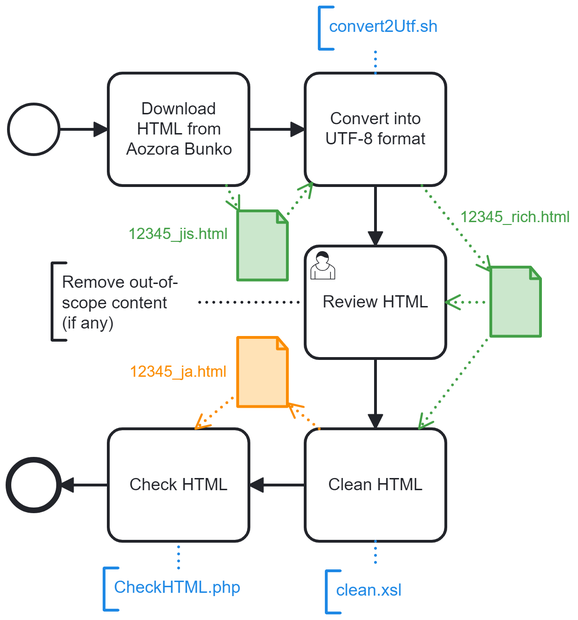
japotrad/blue-sora keeps this BPMN diagram as 1-CleanUp.png. Above is the earlier version. Its source is kept beside it as 1-CleanUp.bpmn. Ids are renumbered.
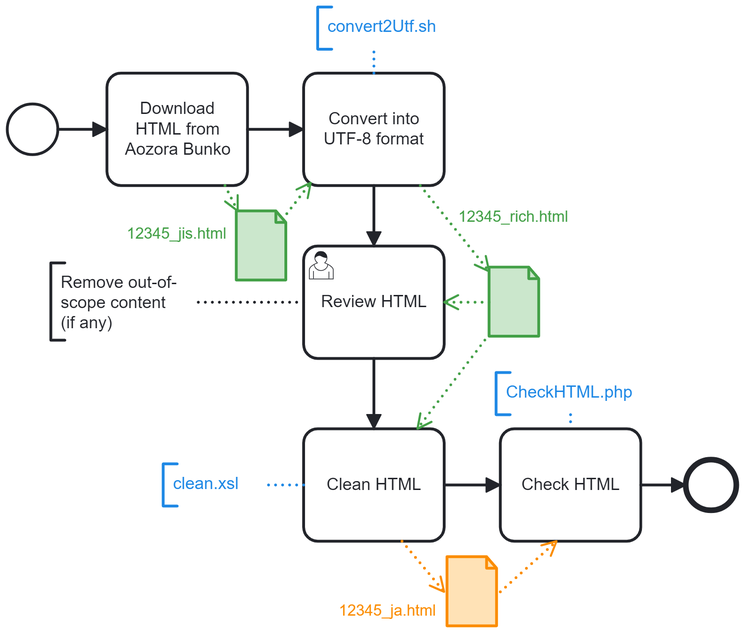
After the change.

Change to the diagram source:
```diff
@@ -112,10 +112,6 @@
         <dc:Bounds x="390" y="137" width="100" height="80" />
         <bpmndi:BPMNLabel />
       </bpmndi:BPMNShape>
-      <bpmndi:BPMNShape id="Activity_n8_di" bpmnElement="Activity_n8">
-        <dc:Bounds x="250" y="390" width="100" height="80" />
-        <bpmndi:BPMNLabel />
-      </bpmndi:BPMNShape>
       <bpmndi:BPMNShape id="Activity_n28_di" bpmnElement="Activity_n28">
         <dc:Bounds x="390" y="260" width="100" height="80" />
         <bpmndi:BPMNLabel />
@@ -130,12 +126,6 @@
           <dc:Bounds x="264" y="245" width="71" height="14" />
         </bpmndi:BPMNLabel>
       </bpmndi:BPMNShape>
-      <bpmndi:BPMNShape id="DataObjectReference_n2_di" bpmnElement="DataObjectReference_n2" bioc:stroke="#fb8c00" bioc:fill="#ffe0b2" color:background-color="#ffe0b2" color:border-color="#fb8c00">
-        <dc:Bounds x="342" y="325" width="36" height="50" />
-        <bpmndi:BPMNLabel>
-          <dc:Bounds x="265" y="343" width="70" height="14" />
-        </bpmndi:BPMNLabel>
-      </bpmndi:BPMNShape>
       <bpmndi:BPMNShape id="DataObjectReference_n6_di" bpmnElement="DataObjectReference_n6" bioc:stroke="#43a047" bioc:fill="#c8e6c9" color:background-color="#c8e6c9" color:border-color="#43a047">
         <dc:Bounds x="522" y="275" width="36" height="50" />
         <bpmndi:BPMNLabel color:color="#43a047">
@@ -143,23 +133,33 @@
         </bpmndi:BPMNLabel>
       </bpmndi:BPMNShape>
       <bpmndi:BPMNShape id="Event_n27_di" bpmnElement="Event_n27">
-        <dc:Bounds x="179" y="412" width="36" height="36" />
+        <dc:Bounds x="662" y="412" width="36" height="36" />
+      </bpmndi:BPMNShape>
+      <bpmndi:BPMNShape id="Activity_n8_di" bpmnElement="Activity_n8">
+        <dc:Bounds x="530" y="390" width="100" height="80" />
+        <bpmndi:BPMNLabel />
+      </bpmndi:BPMNShape>
+      <bpmndi:BPMNShape id="DataObjectReference_n2_di" bpmnElement="DataObjectReference_n2" bioc:stroke="#fb8c00" bioc:fill="#ffe0b2" color:background-color="#ffe0b2" color:border-color="#fb8c00">
+        <dc:Bounds x="492" y="481" width="36" height="50" />
+        <bpmndi:BPMNLabel>
+          <dc:Bounds x="415" y="513" width="70" height="14" />
+        </bpmndi:BPMNLabel>
       </bpmndi:BPMNShape>
       <bpmndi:BPMNEdge id="Association_n36_di" bpmnElement="Association_n36">
         <di:waypoint x="390" y="300" />
         <di:waypoint x="310" y="300" />
       </bpmndi:BPMNEdge>
-      <bpmndi:BPMNEdge id="Association_n34_di" bpmnElement="Association_n34" bioc:stroke="#1e88e5" color:border-color="#1e88e5">
-        <di:waypoint x="300" y="489" />
-        <di:waypoint x="300" y="470" />
-      </bpmndi:BPMNEdge>
-      <bpmndi:BPMNEdge id="Association_n38_di" bpmnElement="Association_n38" bioc:stroke="#1e88e5" color:border-color="#1e88e5">
-        <di:waypoint x="440" y="470" />
-        <di:waypoint x="440" y="486" />
-      </bpmndi:BPMNEdge>
       <bpmndi:BPMNEdge id="Association_n32_di" bpmnElement="Association_n32" bioc:stroke="#1e88e5" color:border-color="#1e88e5">
         <di:waypoint x="440" y="137" />
         <di:waypoint x="440" y="120" />
+      </bpmndi:BPMNEdge>
+      <bpmndi:BPMNEdge id="Association_n34_di" bpmnElement="Association_n34" bioc:stroke="#1e88e5" color:border-color="#1e88e5">
+        <di:waypoint x="580" y="380" />
+        <di:waypoint x="580" y="390" />
+      </bpmndi:BPMNEdge>
+      <bpmndi:BPMNEdge id="Association_n38_di" bpmnElement="Association_n38" bioc:stroke="#1e88e5" color:border-color="#1e88e5">
+        <di:waypoint x="390" y="430" />
+        <di:waypoint x="360" y="430" />
       </bpmndi:BPMNEdge>
       <bpmndi:BPMNEdge id="DataOutputAssociation_n26_di" bpmnElement="DataOutputAssociation_n26" bioc:stroke="#43a047" color:border-color="#43a047">
         <di:waypoint x="334" y="217" />
@@ -194,20 +194,20 @@
         <di:waypoint x="490" y="300" />
       </bpmndi:BPMNEdge>
       <bpmndi:BPMNEdge id="DataInputAssociation_n12_di" bpmnElement="DataInputAssociation_n12" bioc:stroke="#fb8c00" color:border-color="#fb8c00">
-        <di:waypoint x="342" y="365" />
-        <di:waypoint x="312" y="390" />
+        <di:waypoint x="530" y="506" />
+        <di:waypoint x="570" y="470" />
       </bpmndi:BPMNEdge>
       <bpmndi:BPMNEdge id="Flow_n9_di" bpmnElement="Flow_n9">
-        <di:waypoint x="390" y="430" />
-        <di:waypoint x="350" y="430" />
+        <di:waypoint x="490" y="430" />
+        <di:waypoint x="530" y="430" />
       </bpmndi:BPMNEdge>
       <bpmndi:BPMNEdge id="Flow_n10_di" bpmnElement="Flow_n10">
-        <di:waypoint x="250" y="430" />
-        <di:waypoint x="215" y="430" />
+        <di:waypoint x="630" y="430" />
+        <di:waypoint x="662" y="430" />
       </bpmndi:BPMNEdge>
       <bpmndi:BPMNEdge id="DataOutputAssociation_n17_di" bpmnElement="DataOutputAssociation_n17" bioc:stroke="#fb8c00" color:border-color="#fb8c00">
-        <di:waypoint x="400" y="390" />
-        <di:waypoint x="378" y="372" />
+        <di:waypoint x="460" y="470" />
+        <di:waypoint x="490" y="506" />
       </bpmndi:BPMNEdge>
       <bpmndi:BPMNEdge id="Flow_n14_di" bpmnElement="Flow_n14">
         <di:waypoint x="440" y="340" />
@@ -217,16 +217,16 @@
         <dc:Bounds x="210" y="272" width="100" height="55" />
         <bpmndi:BPMNLabel />
       </bpmndi:BPMNShape>
+      <bpmndi:BPMNShape id="TextAnnotation_n31_di" bpmnElement="TextAnnotation_n31" bioc:stroke="#1e88e5" bioc:fill="#bbdefb" color:background-color="#bbdefb" color:border-color="#1e88e5">
+        <dc:Bounds x="400" y="90" width="100" height="30" />
+        <bpmndi:BPMNLabel />
+      </bpmndi:BPMNShape>
       <bpmndi:BPMNShape id="BPMNShape_n39" bpmnElement="TextAnnotation_n33" bioc:stroke="#1e88e5" bioc:fill="#bbdefb" color:background-color="#bbdefb" color:border-color="#1e88e5">
-        <dc:Bounds x="247" y="489" width="105" height="30" />
+        <dc:Bounds x="527" y="350" width="105" height="30" />
         <bpmndi:BPMNLabel />
       </bpmndi:BPMNShape>
       <bpmndi:BPMNShape id="TextAnnotation_n37_di" bpmnElement="TextAnnotation_n37" bioc:stroke="#1e88e5" bioc:fill="#bbdefb" color:background-color="#bbdefb" color:border-color="#1e88e5">
-        <dc:Bounds x="405" y="491" width="70" height="30" />
-        <bpmndi:BPMNLabel />
-      </bpmndi:BPMNShape>
-      <bpmndi:BPMNShape id="TextAnnotation_n31_di" bpmnElement="TextAnnotation_n31" bioc:stroke="#1e88e5" bioc:fill="#bbdefb" color:background-color="#bbdefb" color:border-color="#1e88e5">
-        <dc:Bounds x="400" y="90" width="100" height="30" />
+        <dc:Bounds x="290" y="415" width="70" height="30" />
         <bpmndi:BPMNLabel />
       </bpmndi:BPMNShape>
     </bpmndi:BPMNPlane>
```
